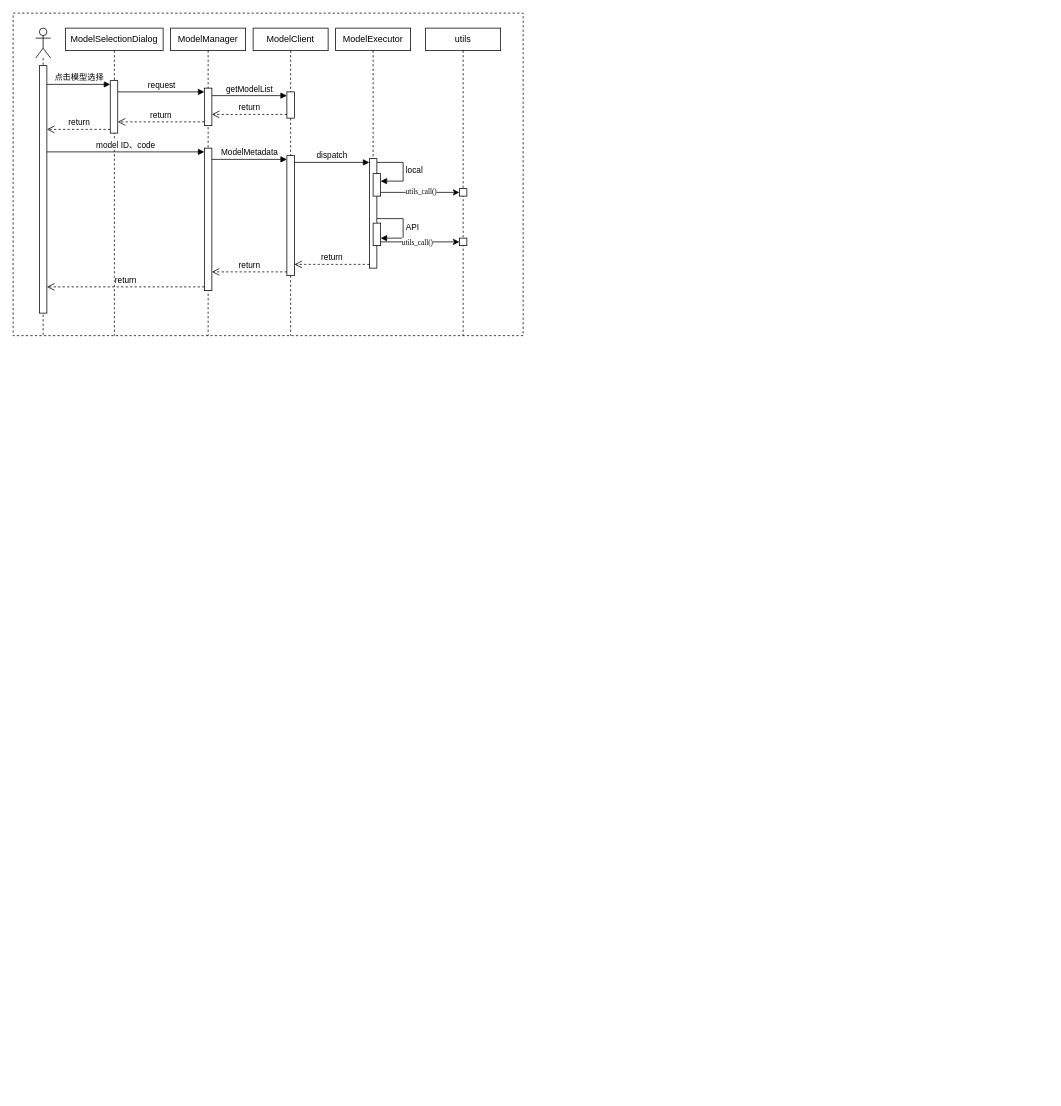
Earlier version of the draw.io diagram 顺序图.drawio (happy-xin/RAG4APR). Source tidied: cells renumbered, new cells numbered last; positions are measured from the earlier drawing's top-left corner, leaving out a move shared by most shapes. Both pictures are drawn from the tidied source at 75%, with x=0, y=0 at pixel (13, 13).
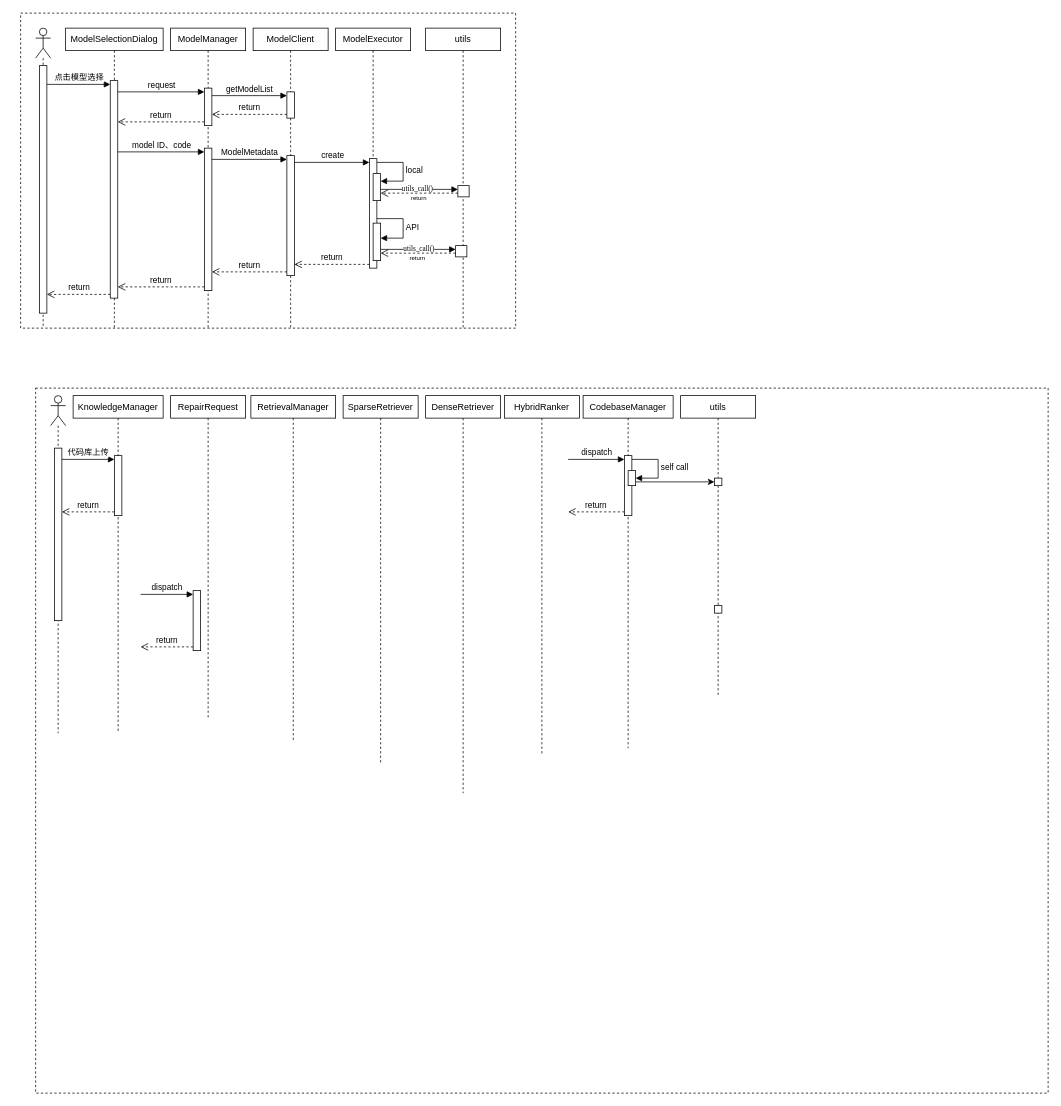
The same diagram, later.

Commit message:
更新顺序图.drawio

Unchanged cells that the change refers to:
```xml
<mxCell id="4" style="html=1;points=[[0,0,0,0,5],[0,1,0,0,-5],[1,0,0,0,5],[1,1,0,0,-5]];perimeter=orthogonalPerimeter;outlineConnect=0;targetShapes=umlLifeline;portConstraint=eastwest;newEdgeStyle={&quot;curved&quot;:0,&quot;rounded&quot;:0};" parent="3" vertex="1">
  <mxGeometry x="5" y="50" width="10" height="330" as="geometry" />
</mxCell>
<mxCell id="8" style="html=1;points=[[0,0,0,0,5],[0,1,0,0,-5],[1,0,0,0,5],[1,1,0,0,-5]];perimeter=orthogonalPerimeter;outlineConnect=0;targetShapes=umlLifeline;portConstraint=eastwest;newEdgeStyle={&quot;curved&quot;:0,&quot;rounded&quot;:0};" parent="7" vertex="1">
  <mxGeometry x="45" y="174" width="10" height="146" as="geometry" />
</mxCell>
<mxCell id="11" style="html=1;points=[[0,0,0,0,5],[0,1,0,0,-5],[1,0,0,0,5],[1,1,0,0,-5]];perimeter=orthogonalPerimeter;outlineConnect=0;targetShapes=umlLifeline;portConstraint=eastwest;newEdgeStyle={&quot;curved&quot;:0,&quot;rounded&quot;:0};" parent="9" vertex="1">
  <mxGeometry x="45" y="160" width="10" height="190" as="geometry" />
</mxCell>
<mxCell id="14" style="html=1;points=[[0,0,0,0,5],[0,1,0,0,-5],[1,0,0,0,5],[1,1,0,0,-5]];perimeter=orthogonalPerimeter;outlineConnect=0;targetShapes=umlLifeline;portConstraint=eastwest;newEdgeStyle={&quot;curved&quot;:0,&quot;rounded&quot;:0};" parent="12" vertex="1">
  <mxGeometry x="45" y="170" width="10" height="160" as="geometry" />
</mxCell>
```

The edit, as a diff of the source:
```diff
@@
     <mxCell id="2" style="rounded=0;whiteSpace=wrap;html=1;dashed=1;" parent="1" vertex="1">
-      <mxGeometry width="680" height="430" as="geometry" />
+      <mxGeometry x="10" width="660" height="420" as="geometry" />
     </mxCell>
     <mxCell id="3" style="shape=umlLifeline;perimeter=lifelinePerimeter;whiteSpace=wrap;html=1;newEdgeStyle={&quot;curved&quot;:0,&quot;rounded&quot;:0};participant=umlActor;" parent="1" vertex="1">
-      <mxGeometry x="30" y="20" width="20" height="410" as="geometry" />
+      <mxGeometry x="30" y="20" width="20" height="400" as="geometry" />
     </mxCell>
@@
     <mxCell id="5" value="ModelSelectionDialog" style="shape=umlLifeline;perimeter=lifelinePerimeter;whiteSpace=wrap;html=1;newEdgeStyle={&quot;curved&quot;:0,&quot;rounded&quot;:0};size=30;" parent="1" vertex="1">
-      <mxGeometry x="70" y="20" width="130" height="410" as="geometry" />
+      <mxGeometry x="70" y="20" width="130" height="400" as="geometry" />
     </mxCell>
     <mxCell id="6" style="html=1;points=[[0,0,0,0,5],[0,1,0,0,-5],[1,0,0,0,5],[1,1,0,0,-5]];perimeter=orthogonalPerimeter;outlineConnect=0;targetShapes=umlLifeline;portConstraint=eastwest;newEdgeStyle={&quot;curved&quot;:0,&quot;rounded&quot;:0};" parent="5" vertex="1">
-      <mxGeometry x="59.5" y="70" width="10" height="70" as="geometry" />
+      <mxGeometry x="59.5" y="70" width="10" height="290" as="geometry" />
     </mxCell>
@@
     <mxCell id="9" value="ModelManager" style="shape=umlLifeline;perimeter=lifelinePerimeter;whiteSpace=wrap;html=1;newEdgeStyle={&quot;curved&quot;:0,&quot;rounded&quot;:0};size=30;" parent="1" vertex="1">
-      <mxGeometry x="210" y="20" width="100" height="410" as="geometry" />
+      <mxGeometry x="210" y="20" width="100" height="400" as="geometry" />
     </mxCell>
@@
     <mxCell id="12" value="ModelClient" style="shape=umlLifeline;perimeter=lifelinePerimeter;whiteSpace=wrap;html=1;newEdgeStyle={&quot;curved&quot;:0,&quot;rounded&quot;:0};size=30;" parent="1" vertex="1">
-      <mxGeometry x="320" y="20" width="100" height="410" as="geometry" />
+      <mxGeometry x="320" y="20" width="100" height="400" as="geometry" />
     </mxCell>
@@
     <mxCell id="15" value="utils" style="shape=umlLifeline;perimeter=lifelinePerimeter;whiteSpace=wrap;html=1;newEdgeStyle={&quot;curved&quot;:0,&quot;rounded&quot;:0};size=30;" parent="1" vertex="1">
-      <mxGeometry x="550" y="20" width="100" height="410" as="geometry" />
+      <mxGeometry x="550" y="20" width="100" height="400" as="geometry" />
     </mxCell>
-    <mxCell id="16" style="html=1;points=[[0,0,0,0,5],[0,1,0,0,-5],[1,0,0,0,5],[1,1,0,0,-5]];perimeter=orthogonalPerimeter;outlineConnect=0;targetShapes=umlLifeline;portConstraint=eastwest;newEdgeStyle={&quot;curved&quot;:0,&quot;rounded&quot;:0};" parent="15" vertex="1">
-      <mxGeometry x="45" y="214" width="10" height="10" as="geometry" />
-    </mxCell>
-    <mxCell id="17" style="html=1;points=[[0,0,0,0,5],[0,1,0,0,-5],[1,0,0,0,5],[1,1,0,0,-5]];perimeter=orthogonalPerimeter;outlineConnect=0;targetShapes=umlLifeline;portConstraint=eastwest;newEdgeStyle={&quot;curved&quot;:0,&quot;rounded&quot;:0};" parent="15" vertex="1">
-      <mxGeometry x="45" y="280" width="10" height="10" as="geometry" />
-    </mxCell>
+    <mxCell id="38" style="html=1;points=[[0,0,0,0,5],[0,1,0,0,-5],[1,0,0,0,5],[1,1,0,0,-5]];perimeter=orthogonalPerimeter;outlineConnect=0;targetShapes=umlLifeline;portConstraint=eastwest;newEdgeStyle={&quot;curved&quot;:0,&quot;rounded&quot;:0};" parent="15" vertex="1">
+      <mxGeometry x="43" y="210" width="15" height="15" as="geometry" />
+    </mxCell>
@@
-    <mxCell id="20" value="model ID、code" style="html=1;verticalAlign=bottom;endArrow=block;curved=0;rounded=0;entryX=0;entryY=0;entryDx=0;entryDy=5;" parent="1" edge="1" source="4" target="11">
+    <mxCell id="20" value="model ID、code" style="html=1;verticalAlign=bottom;endArrow=block;curved=0;rounded=0;entryX=0;entryY=0;entryDx=0;entryDy=5;" parent="1" edge="1" source="6" target="11">
       <mxGeometry relative="1" as="geometry" />
     </mxCell>
-    <mxCell id="21" value="return" style="html=1;verticalAlign=bottom;endArrow=open;dashed=1;endSize=8;curved=0;rounded=0;exitX=0;exitY=1;exitDx=0;exitDy=-5;" parent="1" edge="1" source="11" target="4">
+    <mxCell id="21" value="return" style="html=1;verticalAlign=bottom;endArrow=open;dashed=1;endSize=8;curved=0;rounded=0;exitX=0;exitY=1;exitDx=0;exitDy=-5;" parent="1" edge="1" source="11" target="6">
       <mxGeometry relative="1" as="geometry" />
     </mxCell>
@@
-    <mxCell id="28" style="edgeStyle=orthogonalEdgeStyle;rounded=0;jettySize=auto;html=1;curved=0;exitX=1;exitY=1;exitDx=0;exitDy=-5;exitPerimeter=0;" parent="1" edge="1" source="30" target="16">
-      <mxGeometry relative="1" as="geometry" />
-    </mxCell>
-    <mxCell id="29" value="&lt;div&gt;&lt;span style=&quot;font-size: 7.20569pt; font-family: &amp;quot;Times New Roman&amp;quot;;&quot;&gt;utils_call()&lt;/span&gt;&lt;/div&gt;" style="edgeLabel;html=1;align=center;verticalAlign=middle;" parent="28" vertex="1">
-      <mxGeometry x="0.01" y="2" relative="1" as="geometry" />
-    </mxCell>
     <mxCell id="30" style="html=1;points=[[0,0,0,0,5],[0,1,0,0,-5],[1,0,0,0,5],[1,1,0,0,-5]];perimeter=orthogonalPerimeter;outlineConnect=0;targetShapes=umlLifeline;portConstraint=eastwest;newEdgeStyle={&quot;curved&quot;:0,&quot;rounded&quot;:0};" parent="1" vertex="1">
-      <mxGeometry x="480" y="214" width="10" height="30" as="geometry" />
+      <mxGeometry x="480" y="214" width="10" height="36" as="geometry" />
     </mxCell>
@@
     <mxCell id="32" style="html=1;points=[[0,0,0,0,5],[0,1,0,0,-5],[1,0,0,0,5],[1,1,0,0,-5]];perimeter=orthogonalPerimeter;outlineConnect=0;targetShapes=umlLifeline;portConstraint=eastwest;newEdgeStyle={&quot;curved&quot;:0,&quot;rounded&quot;:0};" parent="1" vertex="1">
-      <mxGeometry x="480" y="280" width="10" height="30" as="geometry" />
+      <mxGeometry x="480" y="280" width="10" height="50" as="geometry" />
     </mxCell>
@@
-    <mxCell id="34" style="edgeStyle=orthogonalEdgeStyle;rounded=0;jettySize=auto;html=1;curved=0;entryX=0;entryY=0;entryDx=0;entryDy=5;entryPerimeter=0;" parent="1" edge="1" source="32" target="17">
-      <mxGeometry relative="1" as="geometry">
-        <Array as="points">
-          <mxPoint x="520" y="305" />
-          <mxPoint x="520" y="305" />
-        </Array>
-      </mxGeometry>
-    </mxCell>
-    <mxCell id="35" value="&lt;div&gt;&lt;span style=&quot;font-size: 7.20569pt; font-family: &amp;quot;Times New Roman&amp;quot;;&quot;&gt;utils_call()&lt;/span&gt;&lt;/div&gt;" style="edgeLabel;html=1;align=center;verticalAlign=middle;" parent="34" vertex="1">
-      <mxGeometry x="-0.08" relative="1" as="geometry" />
-    </mxCell>
@@
-    <mxCell id="37" value="dispatch" style="html=1;verticalAlign=bottom;endArrow=block;curved=0;rounded=0;entryX=0;entryY=0;entryDx=0;entryDy=5;" parent="1" edge="1" source="14" target="8">
-      <mxGeometry relative="1" as="geometry" />
+    <mxCell id="37" value="create" style="html=1;verticalAlign=bottom;endArrow=block;curved=0;rounded=0;entryX=0;entryY=0;entryDx=0;entryDy=5;" parent="1" edge="1" source="14" target="8">
+      <mxGeometry x="0.01" relative="1" as="geometry" />
     </mxCell>
+    <mxCell id="39" style="rounded=0;whiteSpace=wrap;html=1;dashed=1;" parent="1" vertex="1">
+      <mxGeometry x="30" y="500" width="1350" height="940" as="geometry" />
+    </mxCell>
+    <mxCell id="40" style="shape=umlLifeline;perimeter=lifelinePerimeter;whiteSpace=wrap;html=1;newEdgeStyle={&quot;curved&quot;:0,&quot;rounded&quot;:0};participant=umlActor;" parent="1" vertex="1">
+      <mxGeometry x="50" y="510" width="20" height="450" as="geometry" />
+    </mxCell>
+    <mxCell id="41" style="html=1;perimeter=orthogonalPerimeter;targetShapes=umlLifeline;newEdgeStyle={&quot;curved&quot;:0,&quot;rounded&quot;:0};" parent="40" vertex="1">
+      <mxGeometry x="5" y="70" width="10" height="230" as="geometry" />
+    </mxCell>
+    <mxCell id="42" value="SparseRetriever" style="shape=umlLifeline;perimeter=lifelinePerimeter;whiteSpace=wrap;html=1;newEdgeStyle={&quot;curved&quot;:0,&quot;rounded&quot;:0};size=30;" parent="1" vertex="1">
+      <mxGeometry x="440" y="510" width="100" height="490" as="geometry" />
+    </mxCell>
+    <mxCell id="43" value="DenseRetriever" style="shape=umlLifeline;perimeter=lifelinePerimeter;whiteSpace=wrap;html=1;newEdgeStyle={&quot;curved&quot;:0,&quot;rounded&quot;:0};size=30;" parent="1" vertex="1">
+      <mxGeometry x="550" y="510" width="100" height="530" as="geometry" />
+    </mxCell>
+    <mxCell id="44" value="RetrievalManager" style="shape=umlLifeline;perimeter=lifelinePerimeter;whiteSpace=wrap;html=1;newEdgeStyle={&quot;curved&quot;:0,&quot;rounded&quot;:0};size=30;" parent="1" vertex="1">
+      <mxGeometry x="317" y="510" width="113" height="460" as="geometry" />
+    </mxCell>
+    <mxCell id="45" value="RepairRequest" style="shape=umlLifeline;perimeter=lifelinePerimeter;whiteSpace=wrap;html=1;newEdgeStyle={&quot;curved&quot;:0,&quot;rounded&quot;:0};size=30;" parent="1" vertex="1">
+      <mxGeometry x="210" y="510" width="100" height="430" as="geometry" />
+    </mxCell>
+    <mxCell id="46" value="HybridRanker" style="shape=umlLifeline;perimeter=lifelinePerimeter;whiteSpace=wrap;html=1;newEdgeStyle={&quot;curved&quot;:0,&quot;rounded&quot;:0};size=30;" parent="1" vertex="1">
+      <mxGeometry x="655" y="510" width="100" height="480" as="geometry" />
+    </mxCell>
+    <mxCell id="47" value="CodebaseManager" style="shape=umlLifeline;perimeter=lifelinePerimeter;whiteSpace=wrap;html=1;newEdgeStyle={&quot;curved&quot;:0,&quot;rounded&quot;:0};size=30;" parent="1" vertex="1">
+      <mxGeometry x="760" y="510" width="120" height="470" as="geometry" />
+    </mxCell>
+    <mxCell id="48" style="html=1;points=[[0,0,0,0,5],[0,1,0,0,-5],[1,0,0,0,5],[1,1,0,0,-5]];perimeter=orthogonalPerimeter;outlineConnect=0;targetShapes=umlLifeline;portConstraint=eastwest;newEdgeStyle={&quot;curved&quot;:0,&quot;rounded&quot;:0};" parent="47" vertex="1">
+      <mxGeometry x="55" y="80" width="10" height="80" as="geometry" />
+    </mxCell>
+    <mxCell id="49" value="dispatch" style="html=1;verticalAlign=bottom;endArrow=block;curved=0;rounded=0;entryX=0;entryY=0;entryDx=0;entryDy=5;" parent="47" edge="1" target="48">
+      <mxGeometry relative="1" as="geometry">
+        <mxPoint x="-20" y="85" as="sourcePoint" />
+      </mxGeometry>
+    </mxCell>
+    <mxCell id="50" value="return" style="html=1;verticalAlign=bottom;endArrow=open;dashed=1;endSize=8;curved=0;rounded=0;exitX=0;exitY=1;exitDx=0;exitDy=-5;" parent="47" edge="1" source="48">
+      <mxGeometry relative="1" as="geometry">
+        <mxPoint x="-20" y="155" as="targetPoint" />
+      </mxGeometry>
+    </mxCell>
+    <mxCell id="51" value="KnowledgeManager" style="shape=umlLifeline;perimeter=lifelinePerimeter;whiteSpace=wrap;html=1;newEdgeStyle={&quot;curved&quot;:0,&quot;rounded&quot;:0};size=30;" parent="1" vertex="1">
+      <mxGeometry x="80" y="510" width="120" height="450" as="geometry" />
+    </mxCell>
+    <mxCell id="52" style="html=1;points=[[0,0,0,0,5],[0,1,0,0,-5],[1,0,0,0,5],[1,1,0,0,-5]];perimeter=orthogonalPerimeter;outlineConnect=0;targetShapes=umlLifeline;portConstraint=eastwest;newEdgeStyle={&quot;curved&quot;:0,&quot;rounded&quot;:0};" parent="51" vertex="1">
+      <mxGeometry x="55" y="80" width="10" height="80" as="geometry" />
+    </mxCell>
+    <mxCell id="53" value="代码库上传" style="html=1;verticalAlign=bottom;endArrow=block;curved=0;rounded=0;entryX=0;entryY=0;entryDx=0;entryDy=5;" parent="51" edge="1" target="52">
+      <mxGeometry relative="1" as="geometry">
+        <mxPoint x="-15" y="85" as="sourcePoint" />
+      </mxGeometry>
+    </mxCell>
+    <mxCell id="54" value="return" style="html=1;verticalAlign=bottom;endArrow=open;dashed=1;endSize=8;curved=0;rounded=0;exitX=0;exitY=1;exitDx=0;exitDy=-5;" parent="51" edge="1" source="52">
+      <mxGeometry relative="1" as="geometry">
+        <mxPoint x="-15" y="155" as="targetPoint" />
+      </mxGeometry>
+    </mxCell>
+    <mxCell id="55" style="group;" parent="1" vertex="1">
+      <mxGeometry x="170" y="770" width="80" height="80" as="geometry" />
+    </mxCell>
+    <mxCell id="56" style="html=1;points=[[0,0,0,0,5],[0,1,0,0,-5],[1,0,0,0,5],[1,1,0,0,-5]];perimeter=orthogonalPerimeter;outlineConnect=0;targetShapes=umlLifeline;portConstraint=eastwest;newEdgeStyle={&quot;curved&quot;:0,&quot;rounded&quot;:0};" parent="55" vertex="1">
+      <mxGeometry x="70" width="10" height="80" as="geometry" />
+    </mxCell>
+    <mxCell id="57" value="dispatch" style="html=1;verticalAlign=bottom;endArrow=block;curved=0;rounded=0;entryX=0;entryY=0;entryDx=0;entryDy=5;" parent="55" edge="1" target="56">
+      <mxGeometry relative="1" as="geometry">
+        <mxPoint y="5" as="sourcePoint" />
+      </mxGeometry>
+    </mxCell>
+    <mxCell id="58" value="return" style="html=1;verticalAlign=bottom;endArrow=open;dashed=1;endSize=8;curved=0;rounded=0;exitX=0;exitY=1;exitDx=0;exitDy=-5;" parent="55" edge="1" source="56">
+      <mxGeometry relative="1" as="geometry">
+        <mxPoint y="75" as="targetPoint" />
+      </mxGeometry>
+    </mxCell>
+    <mxCell id="59" value="utils" style="shape=umlLifeline;perimeter=lifelinePerimeter;whiteSpace=wrap;html=1;newEdgeStyle={&quot;curved&quot;:0,&quot;rounded&quot;:0};size=30;" parent="1" vertex="1">
+      <mxGeometry x="890" y="510" width="100" height="400" as="geometry" />
+    </mxCell>
+    <mxCell id="60" style="html=1;points=[[0,0,0,0,5],[0,1,0,0,-5],[1,0,0,0,5],[1,1,0,0,-5]];perimeter=orthogonalPerimeter;outlineConnect=0;targetShapes=umlLifeline;portConstraint=eastwest;newEdgeStyle={&quot;curved&quot;:0,&quot;rounded&quot;:0};" parent="59" vertex="1">
+      <mxGeometry x="45" y="110" width="10" height="10" as="geometry" />
+    </mxCell>
+    <mxCell id="17" style="html=1;points=[[0,0,0,0,5],[0,1,0,0,-5],[1,0,0,0,5],[1,1,0,0,-5]];perimeter=orthogonalPerimeter;outlineConnect=0;targetShapes=umlLifeline;portConstraint=eastwest;newEdgeStyle={&quot;curved&quot;:0,&quot;rounded&quot;:0};" parent="59" vertex="1">
+      <mxGeometry x="45" y="280" width="10" height="10" as="geometry" />
+    </mxCell>
+    <mxCell id="61" style="edgeStyle=orthogonalEdgeStyle;rounded=0;jettySize=auto;html=1;curved=0;exitX=1;exitY=1;exitDx=0;exitDy=-5;exitPerimeter=0;" parent="1" edge="1" source="62" target="60">
+      <mxGeometry relative="1" as="geometry" />
+    </mxCell>
+    <mxCell id="62" style="html=1;points=[[0,0,0,0,5],[0,1,0,0,-5],[1,0,0,0,5],[1,1,0,0,-5]];perimeter=orthogonalPerimeter;outlineConnect=0;targetShapes=umlLifeline;portConstraint=eastwest;newEdgeStyle={&quot;curved&quot;:0,&quot;rounded&quot;:0};" parent="1" vertex="1">
+      <mxGeometry x="820" y="610" width="10" height="20" as="geometry" />
+    </mxCell>
+    <mxCell id="63" value="self call" style="html=1;align=left;spacingLeft=2;endArrow=block;rounded=0;edgeStyle=orthogonalEdgeStyle;curved=0;rounded=0;exitX=1;exitY=0;exitDx=0;exitDy=5;exitPerimeter=0;" parent="1" edge="1" source="48" target="62">
+      <mxGeometry relative="1" as="geometry">
+        <Array as="points">
+          <mxPoint x="860" y="595" />
+          <mxPoint x="860" y="620" />
+        </Array>
+      </mxGeometry>
+    </mxCell>
+    <mxCell id="64" style="html=1;verticalAlign=bottom;endArrow=block;curved=0;rounded=0;entryX=0;entryY=0;entryDx=0;entryDy=5;" parent="1" edge="1" source="30" target="38">
+      <mxGeometry relative="1" as="geometry" />
+    </mxCell>
+    <mxCell id="65" value="&lt;span style=&quot;font-family: &amp;quot;Times New Roman&amp;quot;; font-size: 9.60759px;&quot;&gt;utils_call()&lt;/span&gt;" style="edgeLabel;html=1;align=center;verticalAlign=middle;" parent="64" vertex="1">
+      <mxGeometry x="-0.08" y="1" relative="1" as="geometry">
+        <mxPoint x="1" y="-2" as="offset" />
+      </mxGeometry>
+    </mxCell>
+    <mxCell id="66" style="html=1;verticalAlign=bottom;endArrow=open;dashed=1;endSize=8;curved=0;rounded=0;exitX=0;exitY=1;exitDx=0;exitDy=-5;" parent="1" edge="1" source="38" target="30">
+      <mxGeometry relative="1" as="geometry" />
+    </mxCell>
+    <mxCell id="67" value="return" style="edgeLabel;html=1;align=center;verticalAlign=middle;fontSize=8;" parent="66" vertex="1">
+      <mxGeometry x="0.01" y="-1" relative="1" as="geometry">
+        <mxPoint x="-1" y="6" as="offset" />
+      </mxGeometry>
+    </mxCell>
+    <mxCell id="68" style="html=1;points=[[0,0,0,0,5],[0,1,0,0,-5],[1,0,0,0,5],[1,1,0,0,-5]];perimeter=orthogonalPerimeter;outlineConnect=0;targetShapes=umlLifeline;portConstraint=eastwest;newEdgeStyle={&quot;curved&quot;:0,&quot;rounded&quot;:0};" parent="1" vertex="1">
+      <mxGeometry x="590" y="310" width="15" height="15" as="geometry" />
+    </mxCell>
+    <mxCell id="69" style="html=1;verticalAlign=bottom;endArrow=block;curved=0;rounded=0;entryX=0;entryY=0;entryDx=0;entryDy=5;" parent="1" edge="1" source="32" target="68">
+      <mxGeometry relative="1" as="geometry" />
+    </mxCell>
+    <mxCell id="70" value="&lt;span style=&quot;font-family: &amp;quot;Times New Roman&amp;quot;; font-size: 9.60759px;&quot;&gt;utils_call()&lt;/span&gt;" style="edgeLabel;html=1;align=center;verticalAlign=middle;" parent="69" vertex="1">
+      <mxGeometry x="-0.01" y="1" relative="1" as="geometry">
+        <mxPoint y="-2" as="offset" />
+      </mxGeometry>
+    </mxCell>
+    <mxCell id="71" style="html=1;verticalAlign=bottom;endArrow=open;dashed=1;endSize=8;curved=0;rounded=0;exitX=0;exitY=1;exitDx=0;exitDy=-5;" parent="1" edge="1" source="68" target="32">
+      <mxGeometry relative="1" as="geometry" />
+    </mxCell>
+    <mxCell id="72" value="return" style="edgeLabel;html=1;align=center;verticalAlign=middle;fontSize=8;" parent="71" vertex="1">
+      <mxGeometry x="0.03" y="1" relative="1" as="geometry">
+        <mxPoint y="4" as="offset" />
+      </mxGeometry>
+    </mxCell>
```
